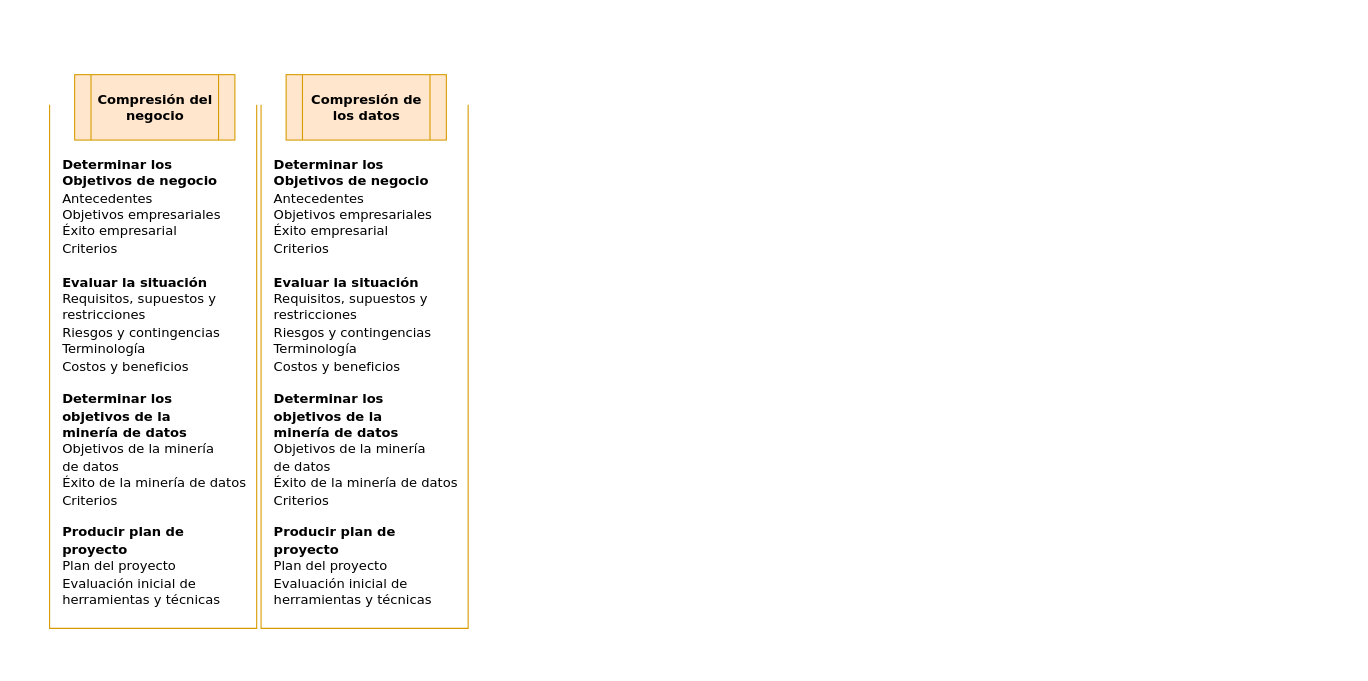
The draw.io diagram Tareas_CRISP_DM.drawio in williamm6891/Actividad_1, before the edit. Source tidied: cells renumbered, new cells numbered last; positions are measured from the earlier drawing's top-left corner, leaving out a move shared by most shapes. Both pictures are drawn from the tidied source at 109%, with x=0, y=0 at pixel (49, 74).
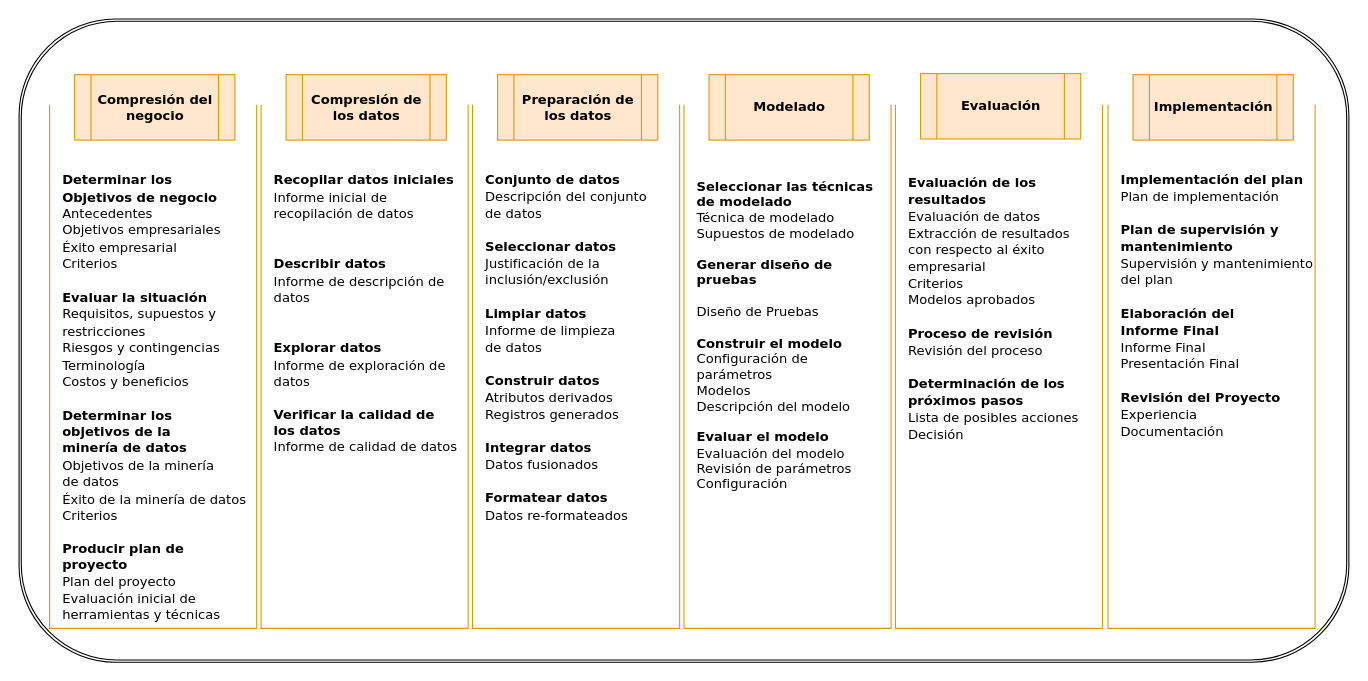
After the change.

What changed in the source:
```diff
@@
+    <mxCell id="8" style="shape=ext;double=1;rounded=1;whiteSpace=wrap;html=1;" parent="1" vertex="1">
+      <mxGeometry x="-28" y="-51" width="1220" height="590" as="geometry" />
+    </mxCell>
@@
-    <mxCell id="4" value="&lt;div align=&quot;left&quot;&gt;&lt;pre aria-label=&quot;Texto traducido: Determinar&lt;br/&gt;Objetivos de negocio&quot; dir=&quot;ltr&quot; data-ved=&quot;2ahUKEwjb2cu727iOAxXSSTABHZKbG1sQ3ewLegQICRAU&quot; style=&quot;&quot; id=&quot;tw-target-text&quot; data-placeholder=&quot;Traducción&quot; class=&quot;tw-data-text tw-text-large tw-ta&quot;&gt;&lt;font face=&quot;Verdana&quot;&gt;&lt;b&gt;&lt;span lang=&quot;es&quot; class=&quot;Y2IQFc&quot;&gt;Determinar los&lt;br&gt;Objetivos de negocio&lt;br&gt;&lt;/span&gt;&lt;/b&gt;&lt;span lang=&quot;es&quot; class=&quot;Y2IQFc&quot;&gt;Antecedentes&lt;br&gt;Objetivos empresariales&lt;br&gt;Éxito empresarial&lt;br&gt;Criterios&lt;/span&gt;&lt;br&gt;&lt;br&gt;&lt;b&gt;&lt;span lang=&quot;es&quot; class=&quot;Y2IQFc&quot;&gt;&lt;/span&gt;&lt;span lang=&quot;es&quot; class=&quot;Y2IQFc&quot;&gt;Evaluar la situación&lt;br&gt;&lt;/span&gt;&lt;/b&gt;&lt;span lang=&quot;es&quot; class=&quot;Y2IQFc&quot;&gt;Requisitos, supuestos y&lt;br&gt;restricciones&lt;br&gt;Riesgos y contingencias&lt;br&gt;Terminología&lt;br&gt;Costos y beneficios&lt;br&gt;&lt;br&gt;&lt;/span&gt;&lt;span lang=&quot;es&quot; class=&quot;Y2IQFc&quot;&gt;&lt;b&gt;Determinar los &lt;br&gt;objetivos de la &lt;br&gt;minería de datos&lt;br&gt;&lt;/b&gt;&lt;/span&gt;&lt;/font&gt;&lt;span lang=&quot;es&quot; class=&quot;Y2IQFc&quot;&gt;&lt;font face=&quot;Verdana&quot;&gt;Objetivos de la minería&lt;br&gt;de datos&lt;br&gt;Éxito de la minería de datos&lt;br&gt;Criterios&lt;/font&gt;&lt;br&gt;&lt;br&gt;&lt;/span&gt;&lt;font face=&quot;Verdana&quot;&gt;&lt;span lang=&quot;es&quot; class=&quot;Y2IQFc&quot;&gt;&lt;b&gt;Producir plan de &lt;br&gt;proyecto&lt;/b&gt;&lt;br&gt;Plan del proyecto&lt;br&gt;Evaluación inicial de &lt;br&gt;herramientas y técnicas&lt;br&gt;&lt;/span&gt;&lt;span lang=&quot;es&quot; class=&quot;Y2IQFc&quot;&gt;&lt;br&gt;&lt;br&gt;&lt;/span&gt;&lt;/font&gt;&lt;/pre&gt;&lt;/div&gt;" style="text;html=1;align=left;verticalAlign=middle;whiteSpace=wrap;rounded=0;fillColor=none;" parent="1" vertex="1">
-      <mxGeometry x="10" y="68" width="170" height="460" as="geometry" />
+    <mxCell id="4" value="&lt;div align=&quot;left&quot;&gt;&lt;pre aria-label=&quot;Texto traducido: Determinar&lt;br/&gt;Objetivos de negocio&quot; dir=&quot;ltr&quot; data-ved=&quot;2ahUKEwjb2cu727iOAxXSSTABHZKbG1sQ3ewLegQICRAU&quot; style=&quot;&quot; id=&quot;tw-target-text&quot; data-placeholder=&quot;Traducción&quot; class=&quot;tw-data-text tw-text-large tw-ta&quot;&gt;&lt;font face=&quot;Verdana&quot;&gt;&lt;b&gt;&lt;span lang=&quot;es&quot; class=&quot;Y2IQFc&quot;&gt;Determinar los&lt;br&gt;Objetivos de negocio&lt;br&gt;&lt;/span&gt;&lt;/b&gt;&lt;span lang=&quot;es&quot; class=&quot;Y2IQFc&quot;&gt;Antecedentes&lt;br&gt;Objetivos empresariales&lt;br&gt;Éxito empresarial&lt;br&gt;Criterios&lt;/span&gt;&lt;br&gt;&lt;br&gt;&lt;b&gt;&lt;span lang=&quot;es&quot; class=&quot;Y2IQFc&quot;&gt;&lt;/span&gt;&lt;span lang=&quot;es&quot; class=&quot;Y2IQFc&quot;&gt;Evaluar la situación&lt;br&gt;&lt;/span&gt;&lt;/b&gt;&lt;span lang=&quot;es&quot; class=&quot;Y2IQFc&quot;&gt;Requisitos, supuestos y&lt;br&gt;restricciones&lt;br&gt;Riesgos y contingencias&lt;br&gt;Terminología&lt;br&gt;Costos y beneficios&lt;br&gt;&lt;br&gt;&lt;/span&gt;&lt;span lang=&quot;es&quot; class=&quot;Y2IQFc&quot;&gt;&lt;b&gt;Determinar los &lt;br&gt;objetivos de la &lt;br&gt;minería de datos&lt;br&gt;&lt;/b&gt;&lt;/span&gt;&lt;/font&gt;&lt;span lang=&quot;es&quot; class=&quot;Y2IQFc&quot;&gt;&lt;font face=&quot;Verdana&quot;&gt;Objetivos de la minería&lt;br&gt;de datos&lt;br&gt;Éxito de la minería de datos&lt;br&gt;Criterios&lt;/font&gt;&lt;br&gt;&lt;br&gt;&lt;/span&gt;&lt;font face=&quot;Verdana&quot;&gt;&lt;span lang=&quot;es&quot; class=&quot;Y2IQFc&quot;&gt;&lt;b&gt;Producir plan de &lt;br&gt;proyecto&lt;/b&gt;&lt;br&gt;Plan del proyecto&lt;br&gt;Evaluación inicial de &lt;br&gt;herramientas y técnicas&lt;/span&gt;&lt;span lang=&quot;es&quot; class=&quot;Y2IQFc&quot;&gt;&lt;br&gt;&lt;/span&gt;&lt;/font&gt;&lt;/pre&gt;&lt;/div&gt;" style="text;html=1;align=left;verticalAlign=middle;whiteSpace=wrap;rounded=0;fillColor=none;" parent="1" vertex="1">
+      <mxGeometry x="10" y="67" width="170" height="460" as="geometry" />
     </mxCell>
@@
-    <mxCell id="7" value="&lt;div align=&quot;left&quot;&gt;&lt;pre aria-label=&quot;Texto traducido: Determinar&lt;br/&gt;Objetivos de negocio&quot; dir=&quot;ltr&quot; data-ved=&quot;2ahUKEwjb2cu727iOAxXSSTABHZKbG1sQ3ewLegQICRAU&quot; style=&quot;&quot; id=&quot;tw-target-text&quot; data-placeholder=&quot;Traducción&quot; class=&quot;tw-data-text tw-text-large tw-ta&quot;&gt;&lt;font face=&quot;Verdana&quot;&gt;&lt;b&gt;&lt;span lang=&quot;es&quot; class=&quot;Y2IQFc&quot;&gt;Determinar los&lt;br&gt;Objetivos de negocio&lt;br&gt;&lt;/span&gt;&lt;/b&gt;&lt;span lang=&quot;es&quot; class=&quot;Y2IQFc&quot;&gt;Antecedentes&lt;br&gt;Objetivos empresariales&lt;br&gt;Éxito empresarial&lt;br&gt;Criterios&lt;/span&gt;&lt;br&gt;&lt;br&gt;&lt;b&gt;&lt;span lang=&quot;es&quot; class=&quot;Y2IQFc&quot;&gt;&lt;/span&gt;&lt;span lang=&quot;es&quot; class=&quot;Y2IQFc&quot;&gt;Evaluar la situación&lt;br&gt;&lt;/span&gt;&lt;/b&gt;&lt;span lang=&quot;es&quot; class=&quot;Y2IQFc&quot;&gt;Requisitos, supuestos y&lt;br&gt;restricciones&lt;br&gt;Riesgos y contingencias&lt;br&gt;Terminología&lt;br&gt;Costos y beneficios&lt;br&gt;&lt;br&gt;&lt;/span&gt;&lt;span lang=&quot;es&quot; class=&quot;Y2IQFc&quot;&gt;&lt;b&gt;Determinar los &lt;br&gt;objetivos de la &lt;br&gt;minería de datos&lt;br&gt;&lt;/b&gt;&lt;/span&gt;&lt;/font&gt;&lt;span lang=&quot;es&quot; class=&quot;Y2IQFc&quot;&gt;&lt;font face=&quot;Verdana&quot;&gt;Objetivos de la minería&lt;br&gt;de datos&lt;br&gt;Éxito de la minería de datos&lt;br&gt;Criterios&lt;/font&gt;&lt;br&gt;&lt;br&gt;&lt;/span&gt;&lt;font face=&quot;Verdana&quot;&gt;&lt;span lang=&quot;es&quot; class=&quot;Y2IQFc&quot;&gt;&lt;b&gt;Producir plan de &lt;br&gt;proyecto&lt;/b&gt;&lt;br&gt;Plan del proyecto&lt;br&gt;Evaluación inicial de &lt;br&gt;herramientas y técnicas&lt;br&gt;&lt;/span&gt;&lt;span lang=&quot;es&quot; class=&quot;Y2IQFc&quot;&gt;&lt;br&gt;&lt;br&gt;&lt;/span&gt;&lt;/font&gt;&lt;/pre&gt;&lt;/div&gt;" style="text;html=1;align=left;verticalAlign=middle;whiteSpace=wrap;rounded=0;fillColor=none;" parent="1" vertex="1">
-      <mxGeometry x="204" y="68" width="170" height="460" as="geometry" />
+    <mxCell id="7" value="&lt;div align=&quot;left&quot;&gt;&lt;pre aria-label=&quot;Texto traducido: Determinar&lt;br/&gt;Objetivos de negocio&quot; dir=&quot;ltr&quot; data-ved=&quot;2ahUKEwjb2cu727iOAxXSSTABHZKbG1sQ3ewLegQICRAU&quot; style=&quot;&quot; id=&quot;tw-target-text&quot; data-placeholder=&quot;Traducción&quot; class=&quot;tw-data-text tw-text-large tw-ta&quot;&gt;&lt;font face=&quot;Verdana&quot;&gt;&lt;span lang=&quot;es&quot; class=&quot;Y2IQFc&quot;&gt;&lt;b&gt;Recopilar datos iniciales&lt;/b&gt;&lt;/span&gt;&lt;b&gt;&lt;span lang=&quot;es&quot; class=&quot;Y2IQFc&quot;&gt;&lt;/span&gt;&lt;/b&gt;&lt;/font&gt;&lt;font face=&quot;Verdana&quot;&gt;&lt;span lang=&quot;es&quot; class=&quot;Y2IQFc&quot;&gt;&lt;br&gt;&lt;/span&gt;&lt;/font&gt;&lt;font face=&quot;Verdana&quot;&gt;&lt;span lang=&quot;es&quot; class=&quot;Y2IQFc&quot;&gt;Informe inicial de &lt;br&gt;recopilación de datos&lt;/span&gt;&lt;span lang=&quot;es&quot; class=&quot;Y2IQFc&quot;&gt;&lt;/span&gt;&lt;/font&gt;&lt;font face=&quot;Verdana&quot;&gt;&lt;br&gt;&lt;br&gt;&lt;br&gt;&lt;b&gt;&lt;/b&gt;&lt;/font&gt;&lt;span lang=&quot;es&quot; class=&quot;Y2IQFc&quot;&gt;&lt;b&gt;&lt;font face=&quot;Verdana&quot;&gt;Describir datos&lt;/font&gt;&lt;/b&gt;&lt;br&gt;&lt;/span&gt;&lt;span lang=&quot;es&quot; class=&quot;Y2IQFc&quot;&gt;&lt;font face=&quot;Verdana&quot;&gt;Informe de descripción de&lt;br&gt;datos&lt;/font&gt;&lt;/span&gt;&lt;br&gt;&lt;font face=&quot;Verdana&quot;&gt;&lt;span lang=&quot;es&quot; class=&quot;Y2IQFc&quot;&gt;&lt;br&gt;&lt;/span&gt;&lt;span lang=&quot;es&quot; class=&quot;Y2IQFc&quot;&gt;&lt;b&gt;&lt;/b&gt;&lt;/span&gt;&lt;/font&gt;&lt;br&gt;&lt;span lang=&quot;es&quot; class=&quot;Y2IQFc&quot;&gt;&lt;font face=&quot;Verdana&quot;&gt;&lt;b&gt;Explorar datos&lt;/b&gt;&lt;/font&gt;&lt;br&gt;&lt;/span&gt;&lt;span lang=&quot;es&quot; class=&quot;Y2IQFc&quot;&gt;&lt;font face=&quot;Verdana&quot;&gt;Informe de exploración de&lt;br&gt;datos&lt;/font&gt;&lt;/span&gt;&lt;br&gt;&lt;span lang=&quot;es&quot; class=&quot;Y2IQFc&quot;&gt;&lt;br&gt;&lt;/span&gt;&lt;span lang=&quot;es&quot; class=&quot;Y2IQFc&quot;&gt;&lt;font face=&quot;Verdana&quot;&gt;&lt;b&gt;Verificar la calidad de &lt;br&gt;los datos&lt;/b&gt;&lt;/font&gt;&lt;/span&gt;&lt;br&gt;&lt;span lang=&quot;es&quot; class=&quot;Y2IQFc&quot;&gt;&lt;font face=&quot;Verdana&quot;&gt;Informe de calidad de datos&lt;br&gt;&lt;br&gt;&lt;br&gt;&lt;br&gt;&lt;br&gt;&lt;br&gt;&lt;br&gt;&lt;br&gt;&lt;br&gt;&lt;br&gt;&lt;/font&gt;&lt;/span&gt;&lt;font face=&quot;Verdana&quot;&gt;&lt;span lang=&quot;es&quot; class=&quot;Y2IQFc&quot;&gt;&lt;br&gt;&lt;/span&gt;&lt;/font&gt;&lt;/pre&gt;&lt;/div&gt;" style="text;html=1;align=left;verticalAlign=middle;whiteSpace=wrap;rounded=0;fillColor=none;" parent="1" vertex="1">
+      <mxGeometry x="204" y="67" width="170" height="460" as="geometry" />
     </mxCell>
+    <mxCell id="9" value="&lt;div align=&quot;right&quot;&gt;&lt;br&gt;&lt;/div&gt;" style="shape=partialRectangle;whiteSpace=wrap;html=1;bottom=1;right=1;left=1;top=0;fillColor=none;routingCenterX=-0.5;strokeColor=#d79b00;fillStyle=dashed;gradientColor=default;" parent="1" vertex="1">
+      <mxGeometry x="388" y="28" width="190" height="480" as="geometry" />
+    </mxCell>
+    <mxCell id="10" value="&lt;font face=&quot;Verdana&quot;&gt;&lt;b&gt;Preparación de los datos&lt;br&gt;&lt;/b&gt;&lt;/font&gt;" style="shape=process;whiteSpace=wrap;html=1;backgroundOutline=1;fillColor=#ffe6cc;strokeColor=#d79b00;" parent="1" vertex="1">
+      <mxGeometry x="411" width="147" height="60" as="geometry" />
+    </mxCell>
+    <mxCell id="11" value="&lt;pre aria-label=&quot;Texto traducido: Conjunto de datos&lt;br/&gt;Descripción del conjunto de datos&lt;br/&gt;Seleccionar datos&lt;br/&gt;Justificación de la inclusión/exclusión&lt;br/&gt;Limpiar datos&lt;br/&gt;Informe de limpieza de datos&lt;br/&gt;Construir datos&lt;br/&gt;Atributos derivados&lt;br/&gt;Registros generados&lt;br/&gt;Integrar datos&lt;br/&gt;Datos fusionados&lt;br/&gt;Formatear datos&lt;br/&gt;Datos reformateados&quot; dir=&quot;ltr&quot; data-ved=&quot;2ahUKEwjb2cu727iOAxXSSTABHZKbG1sQ3ewLegQICRAU&quot; style=&quot;text-align:left&quot; id=&quot;tw-target-text&quot; data-placeholder=&quot;Traducción&quot; class=&quot;tw-data-text tw-text-large tw-ta&quot;&gt;&lt;span lang=&quot;es&quot; class=&quot;Y2IQFc&quot;&gt;&lt;font face=&quot;Verdana&quot;&gt;&lt;b&gt;Conjunto de datos&lt;/b&gt;&lt;/font&gt;&lt;br&gt;&lt;font face=&quot;Verdana&quot;&gt;Descripción del conjunto&lt;br&gt;de datos&lt;br&gt;&lt;br&gt;&lt;b&gt;Seleccionar datos&lt;/b&gt;&lt;br&gt;Justificación de la &lt;br&gt;inclusión/exclusión&lt;br&gt;&lt;br&gt;&lt;b&gt;Limpiar datos&lt;/b&gt;&lt;br&gt;Informe de limpieza &lt;br&gt;de datos&lt;br&gt;&lt;br&gt;&lt;b&gt;Construir datos&lt;/b&gt;&lt;br&gt;Atributos derivados&lt;br&gt;Registros generados&lt;br&gt;&lt;br&gt;&lt;b&gt;Integrar datos&lt;/b&gt;&lt;br&gt;Datos fusionados&lt;br&gt;&lt;br&gt;&lt;b&gt;Formatear datos&lt;/b&gt;&lt;br&gt;Datos re-formateados&lt;br&gt;&lt;br&gt;&lt;br&gt;&lt;br&gt;&lt;br&gt;&lt;br&gt;&lt;br&gt;&lt;/font&gt;&lt;/span&gt;&lt;/pre&gt;" style="text;html=1;align=left;verticalAlign=middle;whiteSpace=wrap;rounded=0;fillColor=none;" parent="1" vertex="1">
+      <mxGeometry x="398" y="67" width="170" height="460" as="geometry" />
+    </mxCell>
+    <mxCell id="12" value="&lt;div align=&quot;right&quot;&gt;&lt;br&gt;&lt;/div&gt;" style="shape=partialRectangle;whiteSpace=wrap;html=1;bottom=1;right=1;left=1;top=0;fillColor=none;routingCenterX=-0.5;strokeColor=#d79b00;fillStyle=dashed;gradientColor=default;" parent="1" vertex="1">
+      <mxGeometry x="582" y="28" width="190" height="480" as="geometry" />
+    </mxCell>
+    <mxCell id="13" value="&lt;font face=&quot;Verdana&quot;&gt;&lt;b&gt;Modelado&lt;/b&gt;&lt;/font&gt;" style="shape=process;whiteSpace=wrap;html=1;backgroundOutline=1;fillColor=#ffe6cc;strokeColor=#d79b00;" parent="1" vertex="1">
+      <mxGeometry x="605" width="147" height="60" as="geometry" />
+    </mxCell>
+    <mxCell id="14" value="&lt;div&gt;&lt;span lang=&quot;es&quot; class=&quot;HwtZe&quot;&gt;&lt;span class=&quot;jCAhz ChMk0b&quot;&gt;&lt;span class=&quot;ryNqvb&quot;&gt;&lt;font face=&quot;Verdana&quot;&gt;&lt;b&gt;Seleccionar las técnicas de modelado&lt;/b&gt;&lt;/font&gt;&lt;/span&gt;&lt;/span&gt;&lt;/span&gt;&lt;/div&gt;&lt;div&gt;&lt;span lang=&quot;es&quot; class=&quot;HwtZe&quot;&gt;&lt;span class=&quot;jCAhz ChMk0b&quot;&gt;&lt;span class=&quot;ryNqvb&quot;&gt;&lt;font face=&quot;Verdana&quot;&gt;Técnica de modelado&lt;br&gt;Supuestos de modelado&amp;nbsp;&lt;/font&gt;&lt;/span&gt;&lt;/span&gt;&lt;/span&gt;&lt;/div&gt;&lt;div&gt;&lt;span lang=&quot;es&quot; class=&quot;HwtZe&quot;&gt;&lt;span class=&quot;jCAhz ChMk0b&quot;&gt;&lt;span class=&quot;ryNqvb&quot;&gt;&lt;font face=&quot;Verdana&quot;&gt;&lt;br&gt;&lt;/font&gt;&lt;/span&gt;&lt;/span&gt;&lt;/span&gt;&lt;/div&gt;&lt;div&gt;&lt;span lang=&quot;es&quot; class=&quot;HwtZe&quot;&gt;&lt;span class=&quot;jCAhz ChMk0b&quot;&gt;&lt;span class=&quot;ryNqvb&quot;&gt;&lt;font face=&quot;Verdana&quot;&gt;&lt;b&gt;Generar diseño de pruebas&lt;/b&gt;&lt;/font&gt;&lt;/span&gt;&lt;/span&gt;&lt;/span&gt;&lt;/div&gt;&lt;div&gt;&lt;span lang=&quot;es&quot; class=&quot;HwtZe&quot;&gt;&lt;span class=&quot;jCAhz ChMk0b&quot;&gt;&lt;span class=&quot;ryNqvb&quot;&gt;&lt;font face=&quot;Verdana&quot;&gt;&lt;br&gt;Diseño de Pruebas&amp;nbsp;&lt;/font&gt;&lt;/span&gt;&lt;/span&gt;&lt;/span&gt;&lt;/div&gt;&lt;div&gt;&lt;span lang=&quot;es&quot; class=&quot;HwtZe&quot;&gt;&lt;span class=&quot;jCAhz ChMk0b&quot;&gt;&lt;span class=&quot;ryNqvb&quot;&gt;&lt;font face=&quot;Verdana&quot;&gt;&lt;br&gt;&lt;/font&gt;&lt;/span&gt;&lt;/span&gt;&lt;/span&gt;&lt;/div&gt;&lt;div&gt;&lt;span lang=&quot;es&quot; class=&quot;HwtZe&quot;&gt;&lt;span class=&quot;jCAhz ChMk0b&quot;&gt;&lt;span class=&quot;ryNqvb&quot;&gt;&lt;font face=&quot;Verdana&quot;&gt;&lt;b&gt;Construir el modelo&lt;br&gt;&lt;/b&gt;Configuración de parámetros&amp;nbsp;&lt;/font&gt;&lt;/span&gt;&lt;/span&gt;&lt;/span&gt;&lt;/div&gt;&lt;div&gt;&lt;span lang=&quot;es&quot; class=&quot;HwtZe&quot;&gt;&lt;span class=&quot;jCAhz ChMk0b&quot;&gt;&lt;span class=&quot;ryNqvb&quot;&gt;&lt;font face=&quot;Verdana&quot;&gt;Modelos&amp;nbsp;&lt;/font&gt;&lt;/span&gt;&lt;/span&gt;&lt;/span&gt;&lt;/div&gt;&lt;div&gt;&lt;span lang=&quot;es&quot; class=&quot;HwtZe&quot;&gt;&lt;span class=&quot;jCAhz ChMk0b&quot;&gt;&lt;span class=&quot;ryNqvb&quot;&gt;&lt;font face=&quot;Verdana&quot;&gt;Descripción del modelo&lt;/font&gt;&lt;/span&gt;&lt;/span&gt;&lt;/span&gt;&lt;/div&gt;&lt;div&gt;&lt;span lang=&quot;es&quot; class=&quot;HwtZe&quot;&gt;&lt;span class=&quot;jCAhz ChMk0b&quot;&gt;&lt;span class=&quot;ryNqvb&quot;&gt;&lt;font face=&quot;Verdana&quot;&gt;&lt;br&gt;&lt;/font&gt;&lt;/span&gt;&lt;/span&gt;&lt;/span&gt;&lt;/div&gt;&lt;div&gt;&lt;span lang=&quot;es&quot; class=&quot;HwtZe&quot;&gt;&lt;span class=&quot;jCAhz ChMk0b&quot;&gt;&lt;span class=&quot;ryNqvb&quot;&gt;&lt;font face=&quot;Verdana&quot;&gt;&lt;b&gt;Evaluar el modelo &lt;br&gt;&lt;/b&gt;&lt;/font&gt;&lt;/span&gt;&lt;/span&gt;&lt;/span&gt;&lt;/div&gt;&lt;div&gt;&lt;span lang=&quot;es&quot; class=&quot;HwtZe&quot;&gt;&lt;span class=&quot;jCAhz ChMk0b&quot;&gt;&lt;span class=&quot;ryNqvb&quot;&gt;&lt;font face=&quot;Verdana&quot;&gt;Evaluación del modelo Revisión de parámetros&lt;br&gt;Configuración&lt;/font&gt;&lt;/span&gt;&lt;/span&gt;&lt;/span&gt;&lt;/div&gt;&lt;div&gt;&lt;span lang=&quot;es&quot; class=&quot;HwtZe&quot;&gt;&lt;span class=&quot;jCAhz ChMk0b&quot;&gt;&lt;span class=&quot;ryNqvb&quot;&gt;&lt;font face=&quot;Verdana&quot;&gt;&lt;br&gt;&lt;/font&gt;&lt;/span&gt;&lt;/span&gt;&lt;/span&gt;&lt;/div&gt;&lt;div&gt;&lt;span lang=&quot;es&quot; class=&quot;HwtZe&quot;&gt;&lt;span class=&quot;jCAhz ChMk0b&quot;&gt;&lt;span class=&quot;ryNqvb&quot;&gt;&lt;font face=&quot;Verdana&quot;&gt;&lt;br&gt;&lt;/font&gt;&lt;/span&gt;&lt;/span&gt;&lt;/span&gt;&lt;/div&gt;&lt;div&gt;&lt;span lang=&quot;es&quot; class=&quot;HwtZe&quot;&gt;&lt;span class=&quot;jCAhz ChMk0b&quot;&gt;&lt;span class=&quot;ryNqvb&quot;&gt;&lt;font face=&quot;Verdana&quot;&gt;&lt;br&gt;&lt;/font&gt;&lt;/span&gt;&lt;/span&gt;&lt;/span&gt;&lt;/div&gt;&lt;div&gt;&lt;span lang=&quot;es&quot; class=&quot;HwtZe&quot;&gt;&lt;span class=&quot;jCAhz ChMk0b&quot;&gt;&lt;span class=&quot;ryNqvb&quot;&gt;&lt;font face=&quot;Verdana&quot;&gt;&lt;br&gt;&lt;/font&gt;&lt;/span&gt;&lt;/span&gt;&lt;/span&gt;&lt;/div&gt;&lt;div&gt;&lt;span lang=&quot;es&quot; class=&quot;HwtZe&quot;&gt;&lt;span class=&quot;jCAhz ChMk0b&quot;&gt;&lt;span class=&quot;ryNqvb&quot;&gt;&lt;font face=&quot;Verdana&quot;&gt;&lt;br&gt;&lt;/font&gt;&lt;/span&gt;&lt;/span&gt;&lt;/span&gt;&lt;/div&gt;&lt;div&gt;&lt;span lang=&quot;es&quot; class=&quot;HwtZe&quot;&gt;&lt;span class=&quot;jCAhz ChMk0b&quot;&gt;&lt;span class=&quot;ryNqvb&quot;&gt;&lt;font face=&quot;Verdana&quot;&gt;&lt;br&gt;&lt;/font&gt;&lt;/span&gt;&lt;/span&gt;&lt;/span&gt;&lt;/div&gt;&lt;div&gt;&lt;span lang=&quot;es&quot; class=&quot;HwtZe&quot;&gt;&lt;span class=&quot;jCAhz ChMk0b&quot;&gt;&lt;span class=&quot;ryNqvb&quot;&gt;&lt;font face=&quot;Verdana&quot;&gt;&lt;br&gt;&lt;/font&gt;&lt;/span&gt;&lt;/span&gt;&lt;/span&gt;&lt;/div&gt;&lt;div&gt;&lt;span lang=&quot;es&quot; class=&quot;HwtZe&quot;&gt;&lt;span class=&quot;jCAhz ChMk0b&quot;&gt;&lt;span class=&quot;ryNqvb&quot;&gt;&lt;font face=&quot;Verdana&quot;&gt;&lt;br&gt;&lt;/font&gt;&lt;/span&gt;&lt;/span&gt;&lt;/span&gt;&lt;/div&gt;" style="text;html=1;align=left;verticalAlign=middle;whiteSpace=wrap;rounded=0;fillColor=none;" parent="1" vertex="1">
+      <mxGeometry x="592" y="67" width="170" height="460" as="geometry" />
+    </mxCell>
+    <mxCell id="15" value="&lt;div align=&quot;right&quot;&gt;&lt;br&gt;&lt;/div&gt;" style="shape=partialRectangle;whiteSpace=wrap;html=1;bottom=1;right=1;left=1;top=0;fillColor=none;routingCenterX=-0.5;strokeColor=#d79b00;fillStyle=dashed;gradientColor=default;" parent="1" vertex="1">
+      <mxGeometry x="776" y="28" width="190" height="480" as="geometry" />
+    </mxCell>
+    <mxCell id="16" value="&lt;font face=&quot;Verdana&quot;&gt;&lt;b&gt;Evaluación&lt;/b&gt;&lt;/font&gt;" style="shape=process;whiteSpace=wrap;html=1;backgroundOutline=1;fillColor=#ffe6cc;strokeColor=#d79b00;" parent="1" vertex="1">
+      <mxGeometry x="799" y="-1" width="147" height="60" as="geometry" />
+    </mxCell>
+    <mxCell id="17" value="&lt;pre aria-label=&quot;Texto traducido: Evaluación de resultados&lt;br/&gt;Evaluación de datos&lt;br/&gt;Extracción de resultados con respecto al&lt;br/&gt;éxito empresarial&lt;br/&gt;Criterios&lt;br/&gt;Modelos aprobados&lt;br/&gt;Proceso de revisión&lt;br/&gt;Revisión del proceso&lt;br/&gt;Determinación de los próximos pasos&lt;br/&gt;Lista de posibles acciones&lt;br/&gt;Decisión&quot; dir=&quot;ltr&quot; data-ved=&quot;2ahUKEwjTx6Kr7biOAxWTQjABHUwoMzYQ3ewLegQICRAU&quot; style=&quot;text-align:left&quot; id=&quot;tw-target-text&quot; data-placeholder=&quot;Traducción&quot; class=&quot;tw-data-text tw-text-large tw-ta&quot;&gt;&lt;span lang=&quot;es&quot; class=&quot;Y2IQFc&quot;&gt;&lt;font face=&quot;Verdana&quot;&gt;&lt;b&gt;Evaluación de los &lt;br&gt;resultados&lt;/b&gt;&lt;br&gt;Evaluación de datos&lt;br&gt;Extracción de resultados &lt;br&gt;con respecto al éxito &lt;br&gt;empresarial&lt;br&gt;Criterios&lt;br&gt;Modelos aprobados&lt;br&gt;&lt;br&gt;&lt;b&gt;Proceso de revisión&lt;/b&gt;&lt;br&gt;Revisión del proceso&lt;br&gt;&lt;br&gt;&lt;b&gt;Determinación de los &lt;br&gt;próximos pasos&lt;/b&gt;&lt;br&gt;Lista de posibles acciones&lt;br&gt;Decisión&lt;br&gt;&lt;br&gt;&lt;br&gt;&lt;br&gt;&lt;br&gt;&lt;br&gt;&lt;br&gt;&lt;br&gt;&lt;br&gt;&lt;br&gt;&lt;br&gt;&lt;br&gt;&lt;/font&gt;&lt;/span&gt;&lt;/pre&gt;" style="text;html=1;align=left;verticalAlign=middle;whiteSpace=wrap;rounded=0;fillColor=none;" parent="1" vertex="1">
+      <mxGeometry x="786" y="70" width="170" height="460" as="geometry" />
+    </mxCell>
+    <mxCell id="18" value="&lt;div align=&quot;right&quot;&gt;&lt;br&gt;&lt;/div&gt;" style="shape=partialRectangle;whiteSpace=wrap;html=1;bottom=1;right=1;left=1;top=0;fillColor=none;routingCenterX=-0.5;strokeColor=#d79b00;fillStyle=dashed;gradientColor=default;" parent="1" vertex="1">
+      <mxGeometry x="971" y="28" width="190" height="480" as="geometry" />
+    </mxCell>
+    <mxCell id="19" value="&lt;font face=&quot;Verdana&quot;&gt;&lt;b&gt;Implementación&lt;/b&gt;&lt;/font&gt;" style="shape=process;whiteSpace=wrap;html=1;backgroundOutline=1;fillColor=#ffe6cc;strokeColor=#d79b00;" parent="1" vertex="1">
+      <mxGeometry x="994" width="147" height="60" as="geometry" />
+    </mxCell>
+    <mxCell id="20" value="&lt;pre aria-label=&quot;Texto traducido: Implementación del Plan&lt;br/&gt;Plan de Implementación&lt;br/&gt;Supervisión y Mantenimiento del Plan&lt;br/&gt;Supervisión y Mantenimiento del Plan&lt;br/&gt;Elaboración del Informe Final&lt;br/&gt;Informe Final&lt;br/&gt;Presentación Final&lt;br/&gt;Revisión del Proyecto&lt;br/&gt;Experiencia&lt;br/&gt;Documentación&quot; dir=&quot;ltr&quot; data-ved=&quot;2ahUKEwjTx6Kr7biOAxWTQjABHUwoMzYQ3ewLegQICRAU&quot; style=&quot;text-align:left&quot; id=&quot;tw-target-text&quot; data-placeholder=&quot;Traducción&quot; class=&quot;tw-data-text tw-text-large tw-ta&quot;&gt;&lt;span lang=&quot;es&quot; class=&quot;Y2IQFc&quot;&gt;&lt;font face=&quot;Verdana&quot;&gt;&lt;b&gt;Implementación del plan&lt;/b&gt;&lt;br&gt;Plan de implementación&lt;br&gt;&lt;br&gt;&lt;b&gt;Plan de supervisión y &lt;br&gt;mantenimiento&lt;/b&gt;&lt;br&gt;Supervisión y mantenimiento&lt;br&gt;del plan&lt;br&gt;&lt;b&gt;&lt;br&gt;Elaboración del &lt;br&gt;Informe Final&lt;/b&gt;&lt;br&gt;Informe Final&lt;br&gt;Presentación Final&lt;br&gt;&lt;br&gt;&lt;b&gt;Revisión del Proyecto&lt;/b&gt;&lt;br&gt;Experiencia&lt;br&gt;Documentación&lt;br&gt;&lt;br&gt;&lt;br&gt;&lt;br&gt;&lt;br&gt;&lt;br&gt;&lt;br&gt;&lt;br&gt;&lt;br&gt;&lt;br&gt;&lt;br&gt;&lt;br&gt;&lt;/font&gt;&lt;/span&gt;&lt;/pre&gt;" style="text;html=1;align=left;verticalAlign=middle;whiteSpace=wrap;rounded=0;fillColor=none;" parent="1" vertex="1">
+      <mxGeometry x="981" y="67" width="170" height="460" as="geometry" />
+    </mxCell>
```
